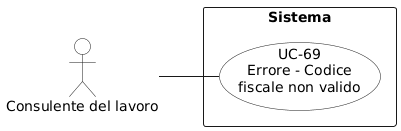
This is RTB/Analisi dei Requisiti/diagrammi_use_case/UC-69.png from aLittleByte-19/Documentazione, a PlantUML export, as it was before one commit. The source it was exported from:
```plantuml
@startuml
left to right direction
skinparam packageStyle rectangle
skinparam usecaseBackgroundColor White
skinparam actorBackgroundColor White

actor "Consulente del lavoro" as consulente

rectangle "Sistema" {
  usecase "UC-69\nErrore - Codice\nfiscale non valido" as uc69
}

consulente -- uc69
@enduml
```
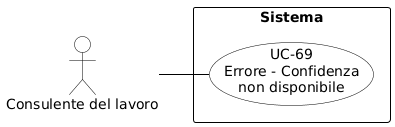
The same diagram one commit later.

The edit, as a diff of the source:
```diff
@@ -1,14 +1,29 @@
 @startuml
+skinparam shadowing false
+skinparam defaultFontName Arial
 left to right direction
-skinparam packageStyle rectangle
-skinparam usecaseBackgroundColor White
-skinparam actorBackgroundColor White
+skinparam nodesep 15
+skinparam ranksep 50
 
-actor "Consulente del lavoro" as consulente
+skinparam usecase {
+    BackgroundColor white
+    BorderColor black
+    ArrowColor black
+}
+skinparam actor {
+    BackgroundColor white
+    BorderColor black
+}
+skinparam rectangle {
+    BorderColor black
+    FontStyle bold
+}
+
+actor "Consulente del lavoro" as cdl
 
 rectangle "Sistema" {
-  usecase "UC-69\nErrore - Codice\nfiscale non valido" as uc69
+    usecase "UC-69\nErrore - Confidenza\nnon disponibile" as UC69
 }
 
-consulente -- uc69
-@enduml
+cdl -- UC69
+@endl
```
